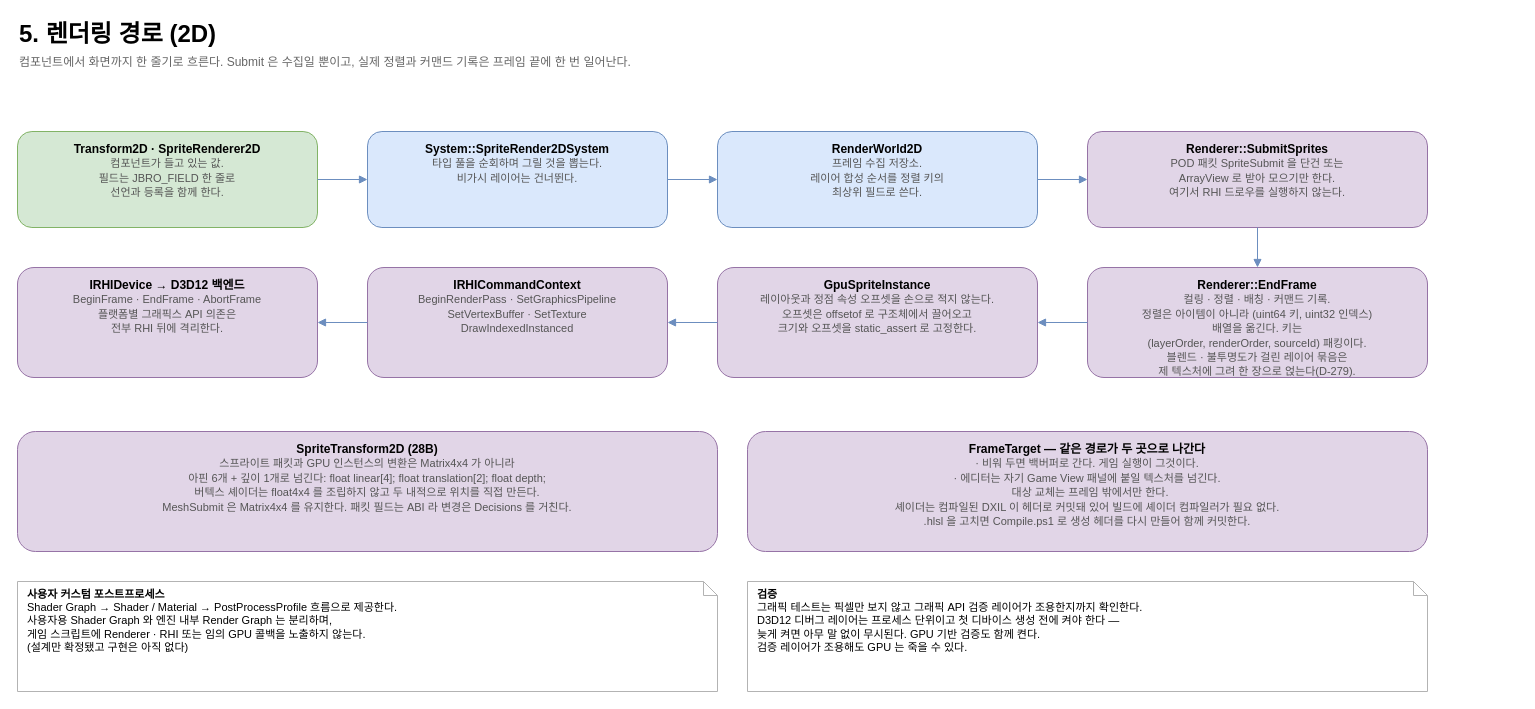
taku7664/JBroEngine keeps this draw.io diagram as page "5. 렌더링 경로 (2D)" (5 of 6) of docs/JBroEngine.drawio.xml. Above is the earlier version. Source tidied: cells renumbered, new cells numbered last; positions are measured from the earlier drawing's top-left corner, leaving out a move shared by most shapes. Both pictures are drawn from the tidied source at 100%, with x=0, y=0 at pixel (17, 17).
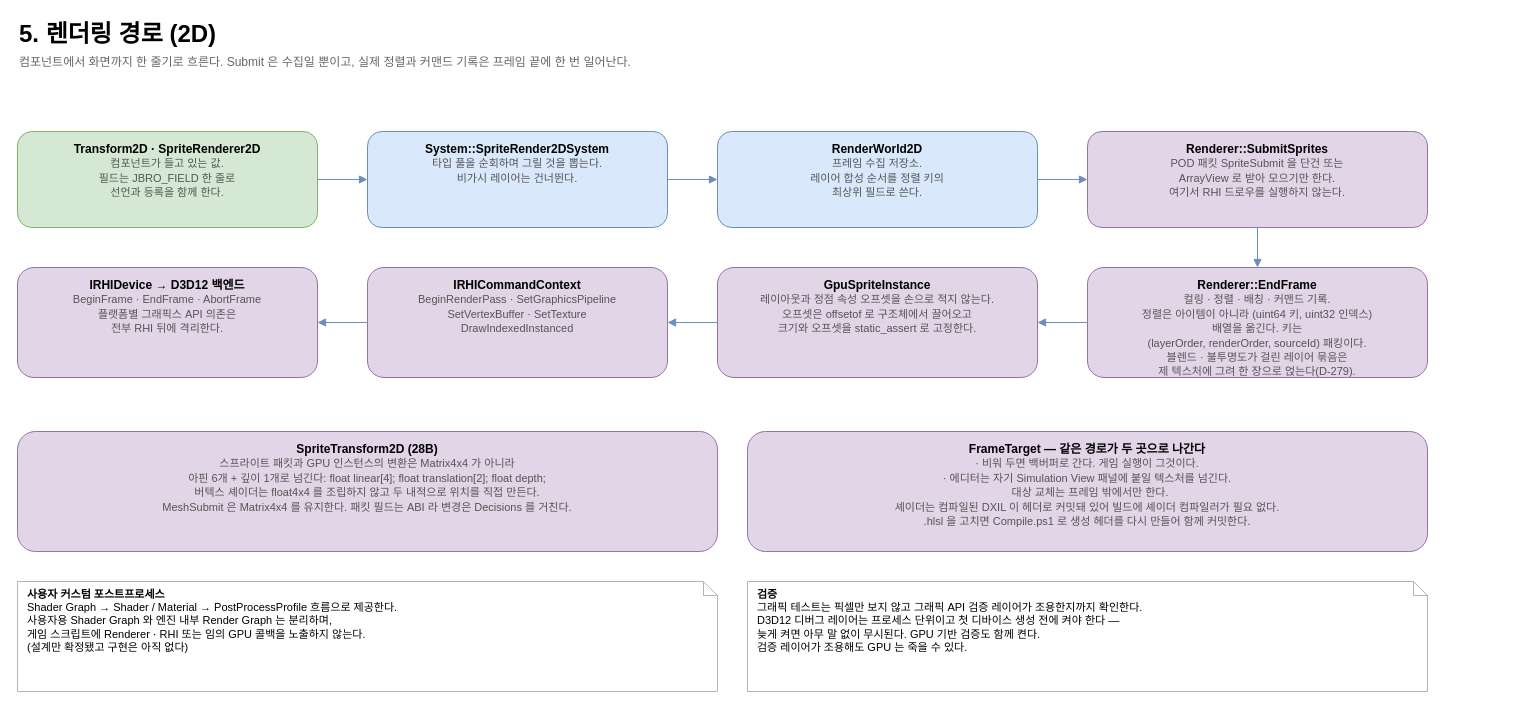
After the change.

Change to the diagram source:
```diff
@@
-    <mxCell id="20" value="&lt;b&gt;FrameTarget  —  같은 경로가 두 곳으로 나간다&lt;/b&gt;&lt;br&gt;&lt;font color=&quot;#555555&quot; style=&quot;font-size:11px&quot;&gt;· 비워 두면 백버퍼로 간다. 게임 실행이 그것이다.&lt;br&gt;· 에디터는 자기 Game View 패널에 붙일 텍스처를 넘긴다.&lt;br&gt;&amp;nbsp;&amp;nbsp;대상 교체는 프레임 밖에서만 한다.&lt;br&gt;셰이더는 컴파일된 DXIL 이 헤더로 커밋돼 있어 빌드에 셰이더 컴파일러가 필요 없다.&lt;br&gt;.hlsl 을 고치면 Compile.ps1 로 생성 헤더를 다시 만들어 함께 커밋한다.&lt;/font&gt;" style="rounded=1;whiteSpace=wrap;html=1;fontSize=12;verticalAlign=top;spacingTop=4;fillColor=#e1d5e7;strokeColor=#9673a6;" parent="1" vertex="1">
+    <mxCell id="20" value="&lt;b&gt;FrameTarget  —  같은 경로가 두 곳으로 나간다&lt;/b&gt;&lt;br&gt;&lt;font color=&quot;#555555&quot; style=&quot;font-size:11px&quot;&gt;· 비워 두면 백버퍼로 간다. 게임 실행이 그것이다.&lt;br&gt;· 에디터는 자기 Simulation View 패널에 붙일 텍스처를 넘긴다.&lt;br&gt;&amp;nbsp;&amp;nbsp;대상 교체는 프레임 밖에서만 한다.&lt;br&gt;셰이더는 컴파일된 DXIL 이 헤더로 커밋돼 있어 빌드에 셰이더 컴파일러가 필요 없다.&lt;br&gt;.hlsl 을 고치면 Compile.ps1 로 생성 헤더를 다시 만들어 함께 커밋한다.&lt;/font&gt;" style="rounded=1;whiteSpace=wrap;html=1;fontSize=12;verticalAlign=top;spacingTop=4;fillColor=#e1d5e7;strokeColor=#9673a6;" parent="1" vertex="1">
       <mxGeometry x="730" y="414" width="680" height="120" as="geometry" />
     </mxCell>
```
